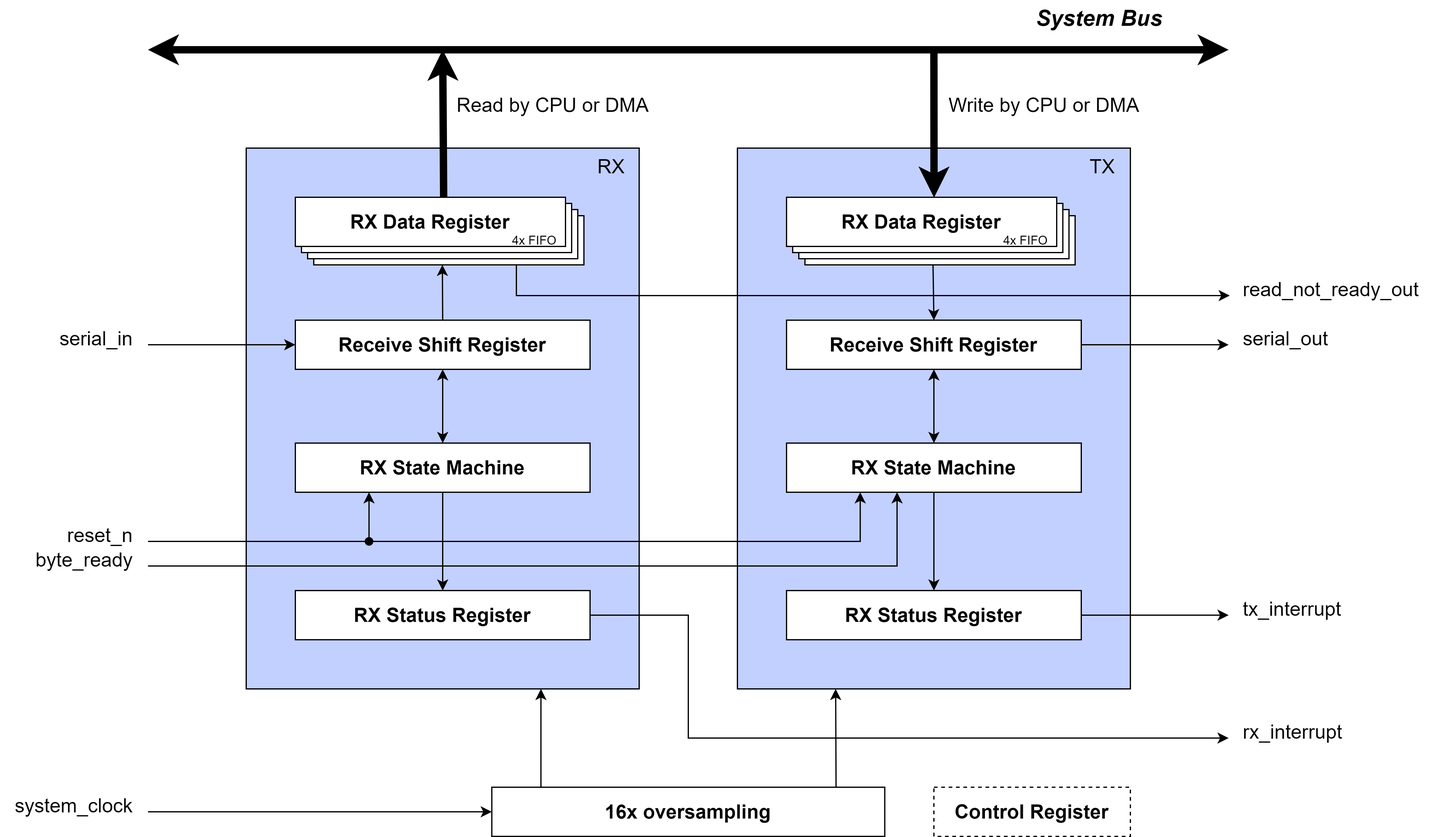
This is doc/uart_vlsi.drawio.png from lampn0/uart_vlsi, a draw.io export, as it was before one commit. Source tidied: cells renumbered, new cells last; positions are measured from the earlier drawing's top-left corner, leaving out a move shared by most shapes. Its diagram source:
```xml
<mxGraphModel>
  <root>
    <mxCell id="0" />
    <mxCell id="1" parent="0" />
    <mxCell id="2" style="endArrow=classic;startArrow=classic;html=1;rounded=0;strokeWidth=6;" parent="1" edge="1">
      <mxGeometry relative="1" as="geometry">
        <mxPoint x="120" y="40" as="sourcePoint" />
        <mxPoint x="1000" y="40" as="targetPoint" />
      </mxGeometry>
    </mxCell>
    <mxCell id="3" style="rounded=0;whiteSpace=wrap;html=1;fillColor=#C2D0FF;" parent="1" vertex="1">
      <mxGeometry x="200" y="120" width="320" height="440" as="geometry" />
    </mxCell>
    <mxCell id="4" value="Receive Shift Register" style="rounded=0;whiteSpace=wrap;html=1;fontSize=16;fontStyle=1;" parent="1" vertex="1">
      <mxGeometry x="240" y="260" width="240" height="40" as="geometry" />
    </mxCell>
    <mxCell id="5" value="RX Status Register" style="rounded=0;whiteSpace=wrap;html=1;fontSize=16;fontStyle=1;" parent="1" vertex="1">
      <mxGeometry x="240" y="480" width="240" height="40" as="geometry" />
    </mxCell>
    <mxCell id="6" value="RX State Machine" style="rounded=0;whiteSpace=wrap;html=1;fontSize=16;fontStyle=1;" parent="1" vertex="1">
      <mxGeometry x="240" y="360" width="240" height="40" as="geometry" />
    </mxCell>
    <mxCell id="7" style="group;" parent="1" vertex="1">
      <mxGeometry x="240" y="160" width="235" height="55" as="geometry" />
    </mxCell>
    <mxCell id="8" style="rounded=0;whiteSpace=wrap;html=1;" parent="7" vertex="1">
      <mxGeometry x="15" y="15" width="220" height="40" as="geometry" />
    </mxCell>
    <mxCell id="9" style="rounded=0;whiteSpace=wrap;html=1;" parent="7" vertex="1">
      <mxGeometry x="10" y="10" width="220" height="40" as="geometry" />
    </mxCell>
    <mxCell id="10" style="rounded=0;whiteSpace=wrap;html=1;" parent="7" vertex="1">
      <mxGeometry x="5" y="5" width="220" height="40" as="geometry" />
    </mxCell>
    <mxCell id="11" value="&lt;b style=&quot;font-size: 16px;&quot;&gt;RX Data Register&lt;/b&gt;" style="rounded=0;whiteSpace=wrap;html=1;fontSize=16;" parent="7" vertex="1">
      <mxGeometry width="220" height="40" as="geometry" />
    </mxCell>
    <mxCell id="12" value="4x FIFO" style="text;html=1;strokeColor=none;fillColor=none;align=center;verticalAlign=middle;whiteSpace=wrap;rounded=0;fontSize=10;" parent="7" vertex="1">
      <mxGeometry x="175" y="30" width="40" height="10" as="geometry" />
    </mxCell>
    <mxCell id="13" style="rounded=0;whiteSpace=wrap;html=1;fillColor=#C2D0FF;" parent="1" vertex="1">
      <mxGeometry x="600" y="120" width="320" height="440" as="geometry" />
    </mxCell>
    <mxCell id="14" value="Receive Shift Register" style="rounded=0;whiteSpace=wrap;html=1;fontSize=16;fontStyle=1;" parent="1" vertex="1">
      <mxGeometry x="640" y="260" width="240" height="40" as="geometry" />
    </mxCell>
    <mxCell id="15" value="RX Status Register" style="rounded=0;whiteSpace=wrap;html=1;fontSize=16;fontStyle=1;" parent="1" vertex="1">
      <mxGeometry x="640" y="480" width="240" height="40" as="geometry" />
    </mxCell>
    <mxCell id="16" value="RX State Machine" style="rounded=0;whiteSpace=wrap;html=1;fontSize=16;fontStyle=1;" parent="1" vertex="1">
      <mxGeometry x="640" y="360" width="240" height="40" as="geometry" />
    </mxCell>
    <mxCell id="17" style="group;" parent="1" vertex="1">
      <mxGeometry x="640" y="160" width="235" height="55" as="geometry" />
    </mxCell>
    <mxCell id="18" style="rounded=0;whiteSpace=wrap;html=1;" parent="17" vertex="1">
      <mxGeometry x="15" y="15" width="220" height="40" as="geometry" />
    </mxCell>
    <mxCell id="19" style="rounded=0;whiteSpace=wrap;html=1;" parent="17" vertex="1">
      <mxGeometry x="10" y="10" width="220" height="40" as="geometry" />
    </mxCell>
    <mxCell id="20" style="rounded=0;whiteSpace=wrap;html=1;" parent="17" vertex="1">
      <mxGeometry x="5" y="5" width="220" height="40" as="geometry" />
    </mxCell>
    <mxCell id="21" value="&lt;b style=&quot;font-size: 16px;&quot;&gt;RX Data Register&lt;/b&gt;" style="rounded=0;whiteSpace=wrap;html=1;fontSize=16;" parent="17" vertex="1">
      <mxGeometry width="220" height="40" as="geometry" />
    </mxCell>
    <mxCell id="22" value="4x FIFO" style="text;html=1;strokeColor=none;fillColor=none;align=center;verticalAlign=middle;whiteSpace=wrap;rounded=0;fontSize=10;" parent="17" vertex="1">
      <mxGeometry x="175" y="30" width="40" height="10" as="geometry" />
    </mxCell>
    <mxCell id="23" value="16x oversampling" style="rounded=0;whiteSpace=wrap;html=1;fontSize=16;fontStyle=1;" parent="1" vertex="1">
      <mxGeometry x="400" y="640" width="320" height="40" as="geometry" />
    </mxCell>
    <mxCell id="24" style="endArrow=classic;html=1;rounded=0;fontSize=16;strokeWidth=6;exitX=0.549;exitY=0.011;exitDx=0;exitDy=0;exitPerimeter=0;" parent="1" edge="1" source="11">
      <mxGeometry relative="1" as="geometry">
        <mxPoint x="360" y="40" as="targetPoint" />
      </mxGeometry>
    </mxCell>
    <mxCell id="25" style="endArrow=classic;html=1;rounded=0;fontSize=16;strokeWidth=6;exitX=0.549;exitY=0.011;exitDx=0;exitDy=0;exitPerimeter=0;entryX=0.546;entryY=0.006;entryDx=0;entryDy=0;entryPerimeter=0;" parent="1" edge="1" target="21">
      <mxGeometry relative="1" as="geometry">
        <mxPoint x="760" y="40" as="sourcePoint" />
      </mxGeometry>
    </mxCell>
    <mxCell id="26" value="Control Register" style="rounded=0;whiteSpace=wrap;html=1;fontSize=16;fontStyle=1;dashed=1;" parent="1" vertex="1">
      <mxGeometry x="760" y="640" width="160" height="40" as="geometry" />
    </mxCell>
    <mxCell id="27" style="endArrow=classic;html=1;rounded=0;fontSize=16;strokeWidth=1;exitX=0.5;exitY=0;exitDx=0;exitDy=0;entryX=0.476;entryY=0.999;entryDx=0;entryDy=0;entryPerimeter=0;" parent="1" edge="1" source="4" target="8">
      <mxGeometry relative="1" as="geometry" />
    </mxCell>
    <mxCell id="28" style="endArrow=classic;html=1;rounded=0;fontSize=16;strokeWidth=1;exitX=0.5;exitY=0;exitDx=0;exitDy=0;entryX=0.5;entryY=1;entryDx=0;entryDy=0;startArrow=classic;startFill=1;" parent="1" edge="1" source="6" target="4">
      <mxGeometry relative="1" as="geometry" />
    </mxCell>
    <mxCell id="29" style="endArrow=classic;html=1;rounded=0;fontSize=16;strokeWidth=1;exitX=0.5;exitY=0;exitDx=0;exitDy=0;entryX=0.5;entryY=1;entryDx=0;entryDy=0;startArrow=classic;startFill=1;" parent="1" edge="1" source="16" target="14">
      <mxGeometry relative="1" as="geometry" />
    </mxCell>
    <mxCell id="30" style="endArrow=classic;html=1;rounded=0;fontSize=16;strokeWidth=1;exitX=0.5;exitY=1;exitDx=0;exitDy=0;entryX=0.5;entryY=0;entryDx=0;entryDy=0;" parent="1" edge="1" source="6" target="5">
      <mxGeometry relative="1" as="geometry" />
    </mxCell>
    <mxCell id="31" value="RX" style="text;html=1;strokeColor=none;fillColor=none;align=center;verticalAlign=middle;whiteSpace=wrap;rounded=0;dashed=1;fontSize=16;" parent="1" vertex="1">
      <mxGeometry x="475" y="120" width="45" height="30" as="geometry" />
    </mxCell>
    <mxCell id="32" value="TX" style="text;html=1;strokeColor=none;fillColor=none;align=center;verticalAlign=middle;whiteSpace=wrap;rounded=0;dashed=1;fontSize=16;" parent="1" vertex="1">
      <mxGeometry x="875" y="120" width="45" height="30" as="geometry" />
    </mxCell>
    <mxCell id="33" style="endArrow=classic;html=1;rounded=0;fontSize=12;strokeWidth=1;exitX=0.474;exitY=1;exitDx=0;exitDy=0;entryX=0.5;entryY=0;entryDx=0;entryDy=0;exitPerimeter=0;" parent="1" edge="1" source="18" target="14">
      <mxGeometry relative="1" as="geometry" />
    </mxCell>
    <mxCell id="34" style="endArrow=classic;html=1;rounded=0;fontSize=12;strokeWidth=1;entryX=0.5;entryY=0;entryDx=0;entryDy=0;exitX=0.5;exitY=1;exitDx=0;exitDy=0;" parent="1" edge="1" source="16" target="15">
      <mxGeometry relative="1" as="geometry" />
    </mxCell>
    <mxCell id="35" style="endArrow=classic;html=1;rounded=0;fontSize=12;strokeWidth=1;entryX=0;entryY=0.5;entryDx=0;entryDy=0;" parent="1" edge="1" target="4">
      <mxGeometry relative="1" as="geometry">
        <mxPoint x="120" y="280" as="sourcePoint" />
      </mxGeometry>
    </mxCell>
    <mxCell id="36" style="endArrow=classic;html=1;rounded=0;fontSize=12;strokeWidth=1;exitX=1;exitY=0.5;exitDx=0;exitDy=0;" parent="1" edge="1" source="14">
      <mxGeometry relative="1" as="geometry">
        <mxPoint x="1000" y="280" as="targetPoint" />
      </mxGeometry>
    </mxCell>
    <mxCell id="37" style="endArrow=classic;html=1;rounded=0;fontSize=12;strokeWidth=1;entryX=0;entryY=0.5;entryDx=0;entryDy=0;" parent="1" edge="1" target="23">
      <mxGeometry relative="1" as="geometry">
        <mxPoint x="120" y="660" as="sourcePoint" />
      </mxGeometry>
    </mxCell>
    <mxCell id="38" style="endArrow=classic;html=1;rounded=0;fontSize=12;strokeWidth=1;exitX=0.125;exitY=-0.003;exitDx=0;exitDy=0;exitPerimeter=0;entryX=0.75;entryY=1;entryDx=0;entryDy=0;" parent="1" edge="1" source="23" target="3">
      <mxGeometry relative="1" as="geometry" />
    </mxCell>
    <mxCell id="39" style="endArrow=classic;html=1;rounded=0;fontSize=12;strokeWidth=1;exitX=0.876;exitY=0.003;exitDx=0;exitDy=0;exitPerimeter=0;entryX=0.25;entryY=1;entryDx=0;entryDy=0;" parent="1" edge="1" source="23" target="13">
      <mxGeometry relative="1" as="geometry" />
    </mxCell>
    <mxCell id="40" value="Read by CPU or DMA" style="text;html=1;strokeColor=none;fillColor=none;align=center;verticalAlign=middle;whiteSpace=wrap;rounded=0;dashed=1;fontSize=16;" parent="1" vertex="1">
      <mxGeometry x="370" y="70" width="160" height="30" as="geometry" />
    </mxCell>
    <mxCell id="41" value="Write by CPU or DMA" style="text;html=1;strokeColor=none;fillColor=none;align=center;verticalAlign=middle;whiteSpace=wrap;rounded=0;dashed=1;fontSize=16;" parent="1" vertex="1">
      <mxGeometry x="770" y="70" width="160" height="30" as="geometry" />
    </mxCell>
    <mxCell id="42" value="System Bus" style="text;html=1;strokeColor=none;fillColor=none;align=center;verticalAlign=middle;whiteSpace=wrap;rounded=0;dashed=1;fontSize=18;fontStyle=3;" parent="1" vertex="1">
      <mxGeometry x="840" width="110" height="30" as="geometry" />
    </mxCell>
    <mxCell id="43" value="serial_in" style="text;html=1;strokeColor=none;fillColor=none;align=right;verticalAlign=middle;whiteSpace=wrap;rounded=0;dashed=1;fontSize=16;" parent="1" vertex="1">
      <mxGeometry x="50" y="260" width="60" height="30" as="geometry" />
    </mxCell>
    <mxCell id="44" value="serial_out" style="text;html=1;strokeColor=none;fillColor=none;align=left;verticalAlign=middle;whiteSpace=wrap;rounded=0;dashed=1;fontSize=16;" parent="1" vertex="1">
      <mxGeometry x="1010" y="260" width="80" height="30" as="geometry" />
    </mxCell>
    <mxCell id="45" style="endArrow=classic;html=1;rounded=0;fontSize=16;strokeWidth=1;entryX=0.25;entryY=1;entryDx=0;entryDy=0;" parent="1" edge="1" target="16">
      <mxGeometry relative="1" as="geometry">
        <mxPoint x="120" y="440" as="sourcePoint" />
        <Array as="points">
          <mxPoint x="700" y="440" />
        </Array>
      </mxGeometry>
    </mxCell>
    <mxCell id="46" style="endArrow=classic;html=1;rounded=0;fontSize=16;strokeWidth=1;" parent="1" edge="1">
      <mxGeometry relative="1" as="geometry">
        <mxPoint x="120" y="460" as="sourcePoint" />
        <mxPoint x="730" y="400" as="targetPoint" />
        <Array as="points">
          <mxPoint x="730" y="460" />
        </Array>
      </mxGeometry>
    </mxCell>
    <mxCell id="47" style="endArrow=classic;html=1;rounded=0;fontSize=16;strokeWidth=1;entryX=0.25;entryY=1;entryDx=0;entryDy=0;startArrow=oval;startFill=1;" parent="1" edge="1" target="6">
      <mxGeometry relative="1" as="geometry">
        <mxPoint x="300" y="440" as="sourcePoint" />
      </mxGeometry>
    </mxCell>
    <mxCell id="48" style="endArrow=classic;html=1;rounded=0;fontSize=16;strokeWidth=1;exitX=1;exitY=0.5;exitDx=0;exitDy=0;" parent="1" edge="1" source="5">
      <mxGeometry relative="1" as="geometry">
        <mxPoint x="1000" y="600" as="targetPoint" />
        <Array as="points">
          <mxPoint x="560" y="500" />
          <mxPoint x="560" y="600" />
        </Array>
      </mxGeometry>
    </mxCell>
    <mxCell id="49" style="endArrow=classic;html=1;rounded=0;fontSize=16;strokeWidth=1;exitX=1;exitY=0.5;exitDx=0;exitDy=0;" parent="1" edge="1" source="15">
      <mxGeometry relative="1" as="geometry">
        <mxPoint x="1000" y="500" as="targetPoint" />
      </mxGeometry>
    </mxCell>
    <mxCell id="50" value="tx_interrupt" style="text;html=1;strokeColor=none;fillColor=none;align=left;verticalAlign=middle;whiteSpace=wrap;rounded=0;dashed=1;fontSize=16;" parent="1" vertex="1">
      <mxGeometry x="1010" y="480" width="100" height="30" as="geometry" />
    </mxCell>
    <mxCell id="51" value="rx_interrupt" style="text;html=1;strokeColor=none;fillColor=none;align=left;verticalAlign=middle;whiteSpace=wrap;rounded=0;dashed=1;fontSize=16;" parent="1" vertex="1">
      <mxGeometry x="1010" y="580" width="100" height="30" as="geometry" />
    </mxCell>
    <mxCell id="52" style="endArrow=classic;html=1;rounded=0;fontSize=16;strokeWidth=1;exitX=0.75;exitY=1;exitDx=0;exitDy=0;" parent="1" edge="1" source="8">
      <mxGeometry relative="1" as="geometry">
        <mxPoint x="1001" y="240" as="targetPoint" />
        <Array as="points">
          <mxPoint x="420" y="240" />
        </Array>
      </mxGeometry>
    </mxCell>
    <mxCell id="53" value="read_not_ready_out" style="text;html=1;strokeColor=none;fillColor=none;align=left;verticalAlign=middle;whiteSpace=wrap;rounded=0;dashed=1;fontSize=16;" parent="1" vertex="1">
      <mxGeometry x="1010" y="220" width="160" height="30" as="geometry" />
    </mxCell>
    <mxCell id="54" value="reset_n" style="text;html=1;strokeColor=none;fillColor=none;align=right;verticalAlign=middle;whiteSpace=wrap;rounded=0;dashed=1;fontSize=16;" parent="1" vertex="1">
      <mxGeometry x="50" y="420" width="60" height="30" as="geometry" />
    </mxCell>
    <mxCell id="55" value="byte_ready" style="text;html=1;strokeColor=none;fillColor=none;align=right;verticalAlign=middle;whiteSpace=wrap;rounded=0;dashed=1;fontSize=16;" parent="1" vertex="1">
      <mxGeometry x="20" y="440" width="90" height="30" as="geometry" />
    </mxCell>
    <mxCell id="56" value="system_clock" style="text;html=1;strokeColor=none;fillColor=none;align=right;verticalAlign=middle;whiteSpace=wrap;rounded=0;dashed=1;fontSize=16;" parent="1" vertex="1">
      <mxGeometry y="640" width="110" height="30" as="geometry" />
    </mxCell>
  </root>
</mxGraphModel>
```
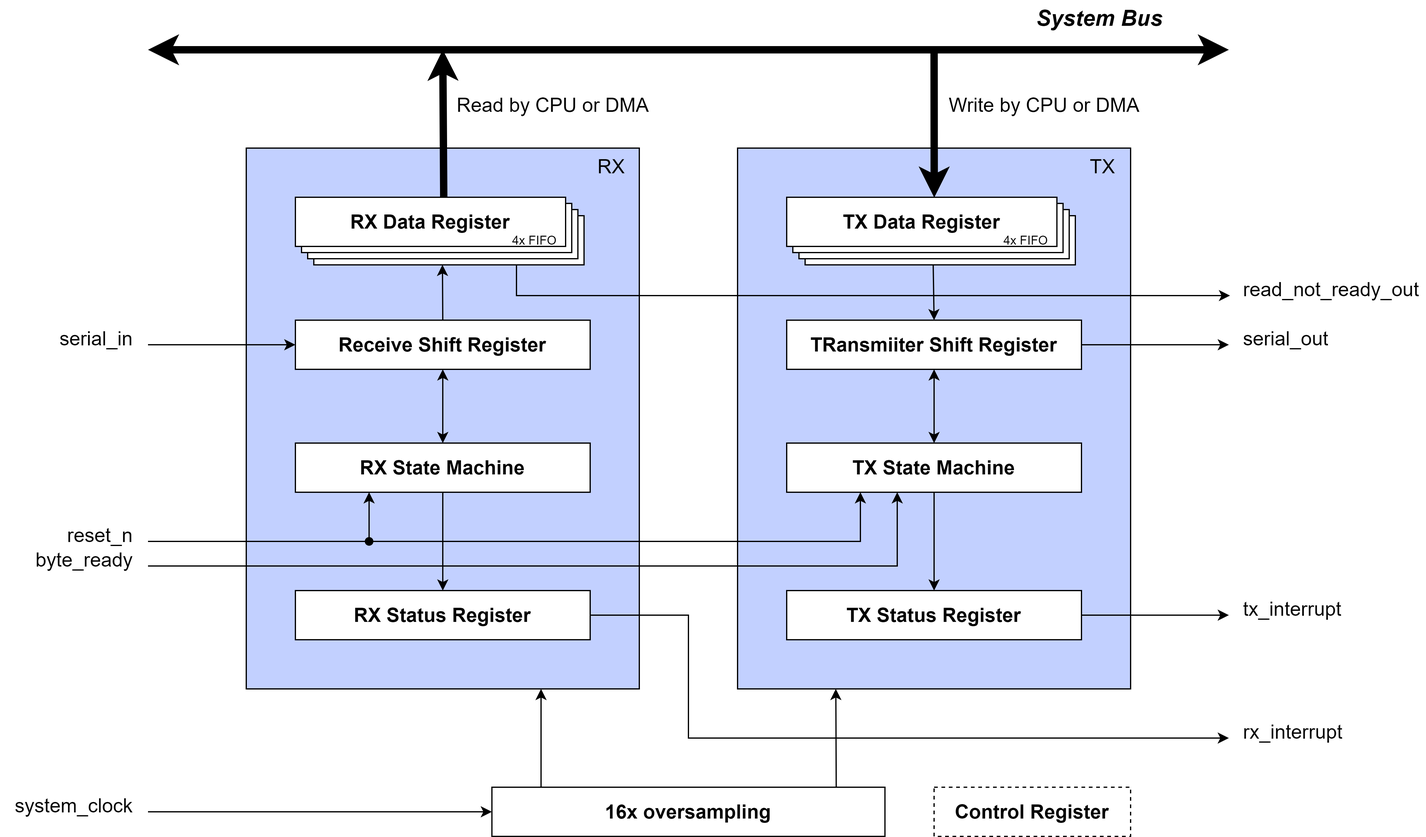
After the commit.

Change to the diagram source:
```diff
@@ -41,13 +41,13 @@
     <mxCell id="13" style="rounded=0;whiteSpace=wrap;html=1;fillColor=#C2D0FF;" parent="1" vertex="1">
       <mxGeometry x="600" y="120" width="320" height="440" as="geometry" />
     </mxCell>
-    <mxCell id="14" value="Receive Shift Register" style="rounded=0;whiteSpace=wrap;html=1;fontSize=16;fontStyle=1;" parent="1" vertex="1">
+    <mxCell id="14" value="TRansmiiter Shift Register" style="rounded=0;whiteSpace=wrap;html=1;fontSize=16;fontStyle=1;" parent="1" vertex="1">
       <mxGeometry x="640" y="260" width="240" height="40" as="geometry" />
     </mxCell>
-    <mxCell id="15" value="RX Status Register" style="rounded=0;whiteSpace=wrap;html=1;fontSize=16;fontStyle=1;" parent="1" vertex="1">
+    <mxCell id="15" value="TX Status Register" style="rounded=0;whiteSpace=wrap;html=1;fontSize=16;fontStyle=1;" parent="1" vertex="1">
       <mxGeometry x="640" y="480" width="240" height="40" as="geometry" />
     </mxCell>
-    <mxCell id="16" value="RX State Machine" style="rounded=0;whiteSpace=wrap;html=1;fontSize=16;fontStyle=1;" parent="1" vertex="1">
+    <mxCell id="16" value="TX State Machine" style="rounded=0;whiteSpace=wrap;html=1;fontSize=16;fontStyle=1;" parent="1" vertex="1">
       <mxGeometry x="640" y="360" width="240" height="40" as="geometry" />
     </mxCell>
     <mxCell id="17" style="group;" parent="1" vertex="1">
@@ -62,7 +62,7 @@
     <mxCell id="20" style="rounded=0;whiteSpace=wrap;html=1;" parent="17" vertex="1">
       <mxGeometry x="5" y="5" width="220" height="40" as="geometry" />
     </mxCell>
-    <mxCell id="21" value="&lt;b style=&quot;font-size: 16px;&quot;&gt;RX Data Register&lt;/b&gt;" style="rounded=0;whiteSpace=wrap;html=1;fontSize=16;" parent="17" vertex="1">
+    <mxCell id="21" value="&lt;b style=&quot;font-size: 16px&quot;&gt;TX Data Register&lt;/b&gt;" style="rounded=0;whiteSpace=wrap;html=1;fontSize=16;" parent="17" vertex="1">
       <mxGeometry width="220" height="40" as="geometry" />
     </mxCell>
     <mxCell id="22" value="4x FIFO" style="text;html=1;strokeColor=none;fillColor=none;align=center;verticalAlign=middle;whiteSpace=wrap;rounded=0;fontSize=10;" parent="17" vertex="1">
@@ -195,7 +195,7 @@
       </mxGeometry>
     </mxCell>
     <mxCell id="53" value="read_not_ready_out" style="text;html=1;strokeColor=none;fillColor=none;align=left;verticalAlign=middle;whiteSpace=wrap;rounded=0;dashed=1;fontSize=16;" parent="1" vertex="1">
-      <mxGeometry x="1010" y="220" width="160" height="30" as="geometry" />
+      <mxGeometry x="1010" y="220" width="150" height="30" as="geometry" />
     </mxCell>
     <mxCell id="54" value="reset_n" style="text;html=1;strokeColor=none;fillColor=none;align=right;verticalAlign=middle;whiteSpace=wrap;rounded=0;dashed=1;fontSize=16;" parent="1" vertex="1">
       <mxGeometry x="50" y="420" width="60" height="30" as="geometry" />
```
